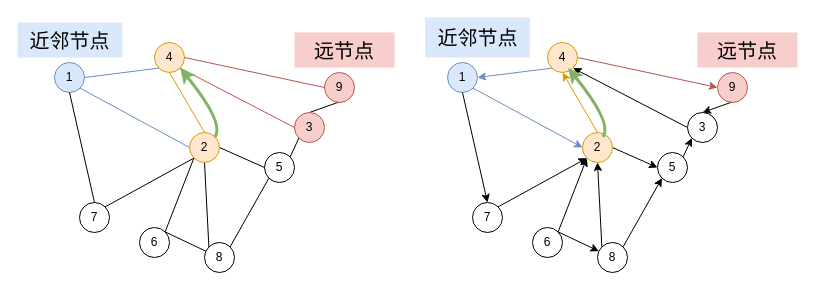
zjtone/RL-Note keeps this draw.io diagram as page "第 2 页" (2 of 3) of 未命名表单.drawio. Above is the earlier version. Source tidied: cells renumbered, new cells numbered last; positions are measured from the earlier drawing's top-left corner, leaving out a move shared by most shapes. Both pictures are drawn from the tidied source at 100%, with x=0, y=0 at pixel (17, 17).
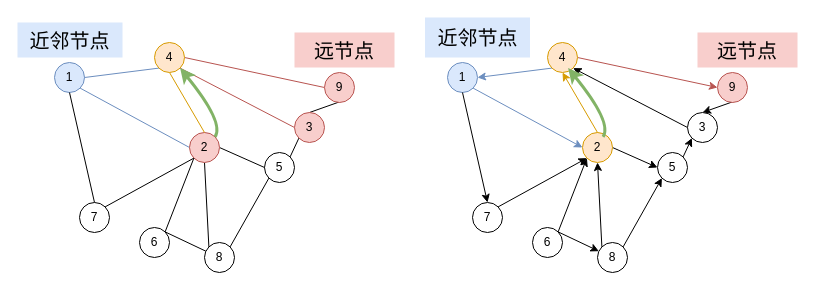
After the change.

Commit message:
更新未命名表单.drawio

What changed in the source:
```diff
@@
-    <mxCell id="11" value="2" style="ellipse;whiteSpace=wrap;html=1;fillColor=#ffe6cc;strokeColor=#d79b00;" parent="1" vertex="1">
+    <mxCell id="11" value="2" style="ellipse;whiteSpace=wrap;html=1;fillColor=#f8cecc;strokeColor=#b85450;" parent="1" vertex="1">
       <mxGeometry x="172" y="115" width="30" height="30" as="geometry" />
     </mxCell>
```
